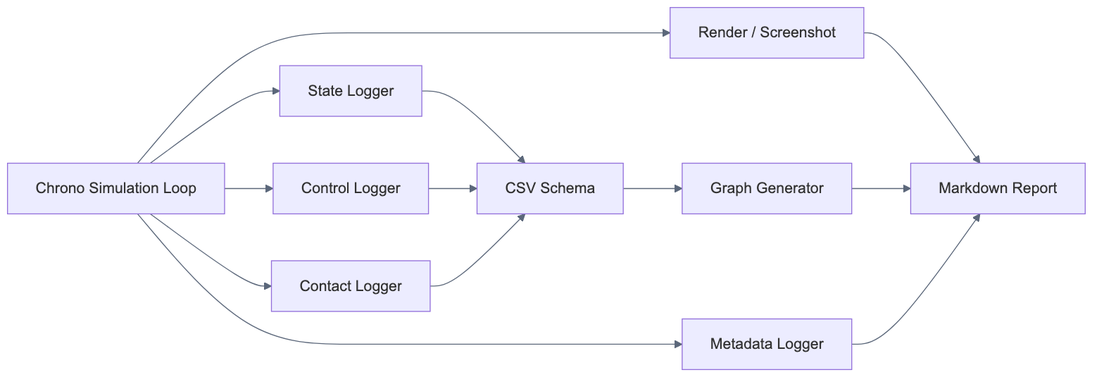
Above: 3-layer_report/2.2 Component/images/mermaid_rendered/2_2_mermaid_06.png in Poesy-Lab/Project_Chrono_Practice (Mermaid), before the change. Its source is kept beside it as 3-layer_report/2.2 Component/images/mermaid_rendered/2_2_mermaid_06.mmd. Source of this version:
```mermaid
flowchart LR
    Sim["Chrono Simulation Loop"] --> State["State Logger"]
    Sim --> Control["Control Logger"]
    Sim --> Contact["Contact Logger"]
    Sim --> Render["Render / Screenshot"]
    Sim --> Meta["Metadata Logger"]
    State --> CSV["CSV Schema"]
    Control --> CSV
    Contact --> CSV
    CSV --> Graph["Graph Generator"]
    Render --> Report["Markdown Report"]
    Graph --> Report
    Meta --> Report
```
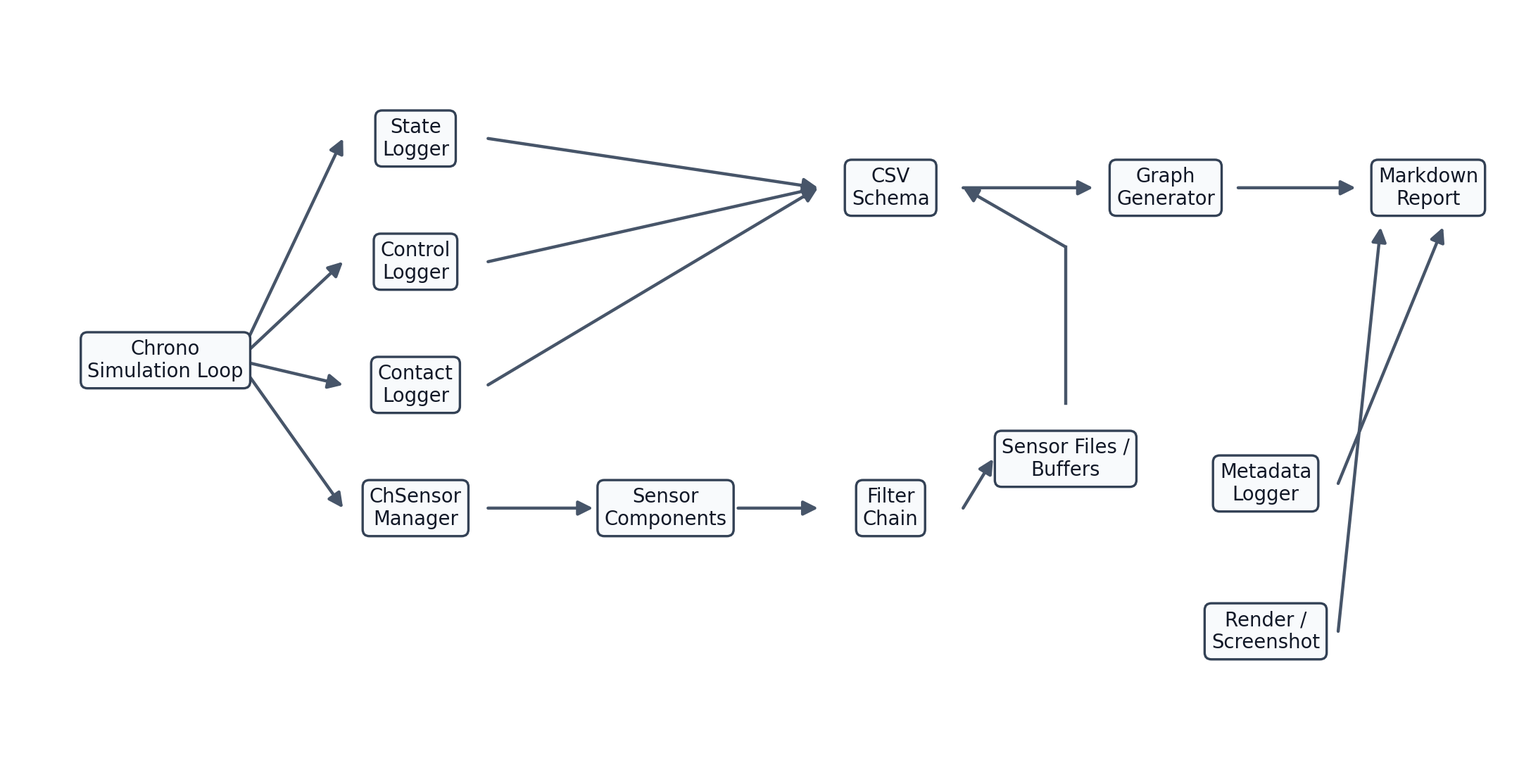
After the change.

Change to the diagram source:
```diff
@@ -4,9 +4,14 @@
     Sim --> Contact["Contact Logger"]
     Sim --> Render["Render / Screenshot"]
     Sim --> Meta["Metadata Logger"]
+    Sim --> Manager["ChSensorManager"]
     State --> CSV["CSV Schema"]
     Control --> CSV
     Contact --> CSV
+    Manager --> Sensors["Sensor Components"]
+    Sensors --> Filters["Filter Chain"]
+    Filters --> SensorFiles["Sensor Files / Buffers"]
+    SensorFiles --> CSV
     CSV --> Graph["Graph Generator"]
     Render --> Report["Markdown Report"]
     Graph --> Report
```
